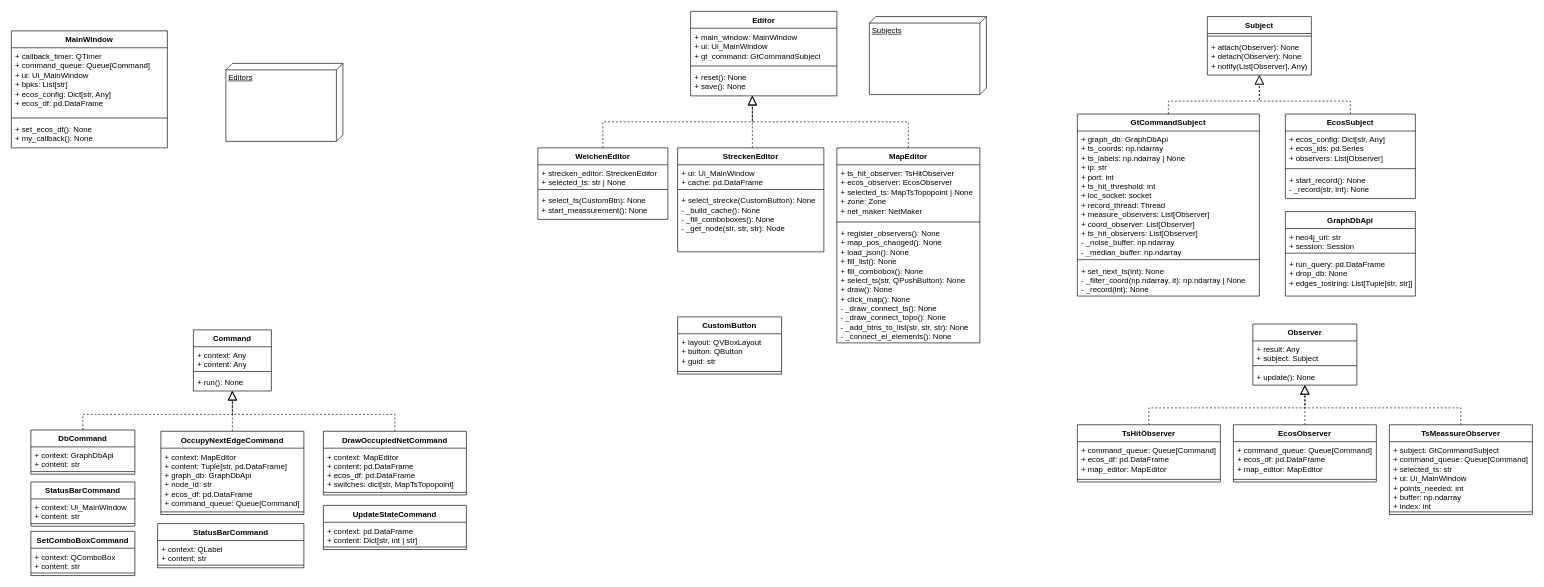
Above: structural/Untitled Diagram.drawio in pascalreiss/draw_io_stuff (draw.io), before the change. Source tidied: cells renumbered, new cells numbered last; positions are measured from the earlier drawing's top-left corner, leaving out a move shared by most shapes. Both pictures are drawn from the tidied source at 65%, with x=0, y=0 at pixel (11, 11).
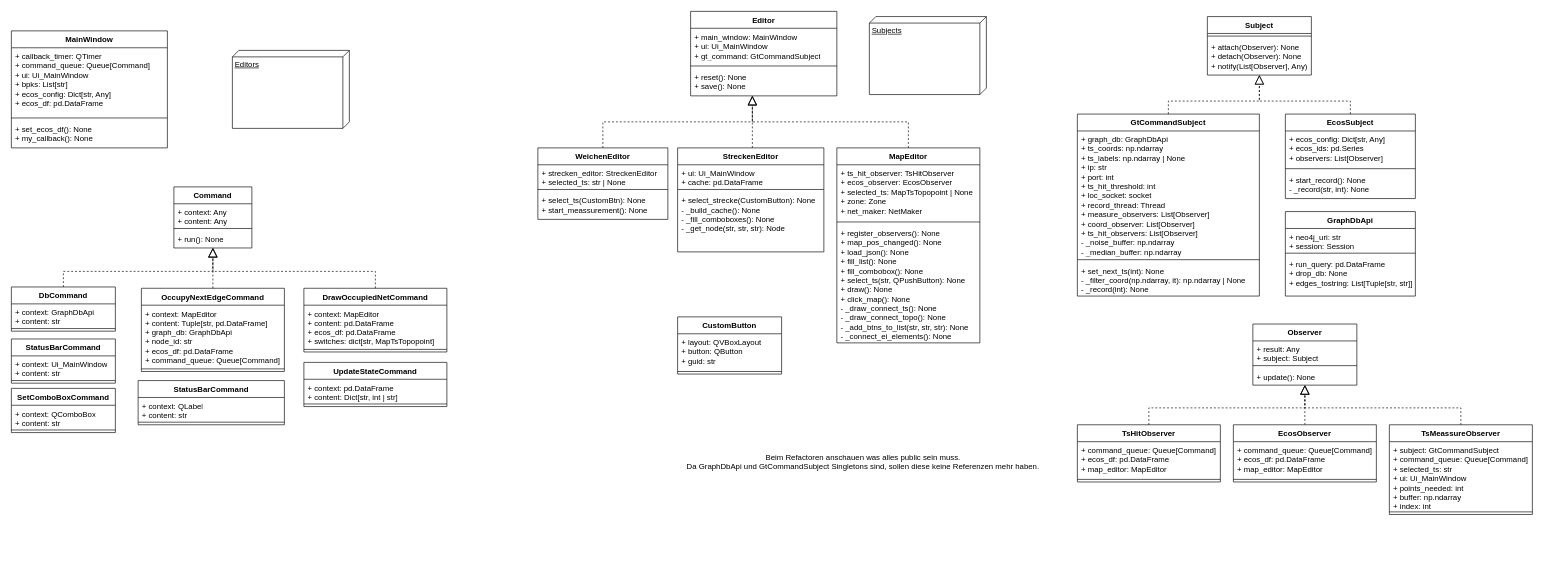
The same page after the edit.

Commit message:
added note for refactoring

The change refers to these unchanged cells:
```xml
<mxCell id="13" value="+ run(): None" style="text;strokeColor=none;fillColor=none;align=left;verticalAlign=top;spacingLeft=4;spacingRight=4;overflow=hidden;points=[[0,0.5],[1,0.5]];portConstraint=eastwest;whiteSpace=wrap;html=1;" parent="10" vertex="1">
  <mxGeometry y="68" width="120" height="26" as="geometry" />
</mxCell>
```

Change to the diagram source:
```diff
@@
     <mxCell id="10" value="Command" style="swimlane;fontStyle=1;align=center;verticalAlign=top;horizontal=1;startSize=26;whiteSpace=wrap;html=1;" parent="1" vertex="1">
-      <mxGeometry x="280" y="490" width="120" height="94" as="geometry" />
+      <mxGeometry x="250" y="270" width="120" height="94" as="geometry" />
     </mxCell>
@@
     <mxCell id="51" value="DbCommand" style="swimlane;fontStyle=1;align=center;verticalAlign=top;horizontal=1;startSize=26;whiteSpace=wrap;html=1;" parent="1" vertex="1">
-      <mxGeometry x="30" y="644" width="160" height="68" as="geometry" />
+      <mxGeometry y="424" width="160" height="68" as="geometry" />
     </mxCell>
@@
     <mxCell id="54" value="OccupyNextEdgeCommand" style="swimlane;fontStyle=1;align=center;verticalAlign=top;horizontal=1;startSize=26;whiteSpace=wrap;html=1;" parent="1" vertex="1">
-      <mxGeometry x="230" y="646" width="220" height="128" as="geometry" />
+      <mxGeometry x="200" y="426" width="220" height="128" as="geometry" />
     </mxCell>
@@
     <mxCell id="57" value="StatusBarCommand" style="swimlane;fontStyle=1;align=center;verticalAlign=top;horizontal=1;startSize=26;whiteSpace=wrap;html=1;" parent="1" vertex="1">
-      <mxGeometry x="30" y="724" width="160" height="68" as="geometry" />
+      <mxGeometry y="504" width="160" height="68" as="geometry" />
     </mxCell>
@@
     <mxCell id="60" value="StatusBarCommand" style="swimlane;fontStyle=1;align=center;verticalAlign=top;horizontal=1;startSize=26;whiteSpace=wrap;html=1;" parent="1" vertex="1">
-      <mxGeometry x="225" y="788" width="225" height="68" as="geometry" />
+      <mxGeometry x="195" y="568" width="225" height="68" as="geometry" />
     </mxCell>
@@
     <mxCell id="63" value="SetComboBoxCommand" style="swimlane;fontStyle=1;align=center;verticalAlign=top;horizontal=1;startSize=26;whiteSpace=wrap;html=1;" parent="1" vertex="1">
-      <mxGeometry x="30" y="800" width="160" height="68" as="geometry" />
+      <mxGeometry y="580" width="160" height="68" as="geometry" />
     </mxCell>
@@
     <mxCell id="66" value="DrawOccupiedNetCommand" style="swimlane;fontStyle=1;align=center;verticalAlign=top;horizontal=1;startSize=26;whiteSpace=wrap;html=1;" parent="1" vertex="1">
-      <mxGeometry x="480" y="646" width="220" height="98" as="geometry" />
+      <mxGeometry x="450" y="426" width="220" height="98" as="geometry" />
     </mxCell>
@@
     <mxCell id="69" value="UpdateStateCommand" style="swimlane;fontStyle=1;align=center;verticalAlign=top;horizontal=1;startSize=26;whiteSpace=wrap;html=1;" parent="1" vertex="1">
-      <mxGeometry x="480" y="760" width="220" height="68" as="geometry" />
+      <mxGeometry x="450" y="540" width="220" height="68" as="geometry" />
     </mxCell>
@@
     <mxCell id="84" value="Editors" style="verticalAlign=top;align=left;spacingTop=8;spacingLeft=2;spacingRight=12;shape=cube;size=10;direction=south;fontStyle=4;html=1;whiteSpace=wrap;" parent="1" vertex="1">
-      <mxGeometry x="330" y="80" width="180" height="120" as="geometry" />
+      <mxGeometry x="340" y="60" width="180" height="120" as="geometry" />
     </mxCell>
@@
     <mxCell id="88" style="endArrow=block;dashed=1;endFill=0;endSize=12;html=1;rounded=0;" parent="1" edge="1" source="51" target="13">
       <mxGeometry relative="1" as="geometry">
         <Array as="points">
-          <mxPoint x="110" y="620" />
-          <mxPoint x="340" y="620" />
+          <mxPoint x="80" y="400" />
+          <mxPoint x="310" y="400" />
         </Array>
       </mxGeometry>
     </mxCell>
@@
     <mxCell id="90" style="endArrow=block;dashed=1;endFill=0;endSize=12;html=1;rounded=0;" parent="1" edge="1" source="66" target="13">
       <mxGeometry relative="1" as="geometry">
         <Array as="points">
-          <mxPoint x="590" y="620" />
-          <mxPoint x="340" y="620" />
+          <mxPoint x="560" y="400" />
+          <mxPoint x="310" y="400" />
         </Array>
       </mxGeometry>
     </mxCell>
+    <mxCell id="91" value="Beim Refactoren anschauen was alles public sein muss.&lt;br&gt;Da GraphDbApi und GtCommandSubject Singletons sind, sollen diese keine Referenzen mehr haben." style="text;html=1;align=center;verticalAlign=middle;strokeColor=none;fillColor=none;" parent="1" vertex="1">
+      <mxGeometry x="1025" y="673" width="570" height="40" as="geometry" />
+    </mxCell>
```
